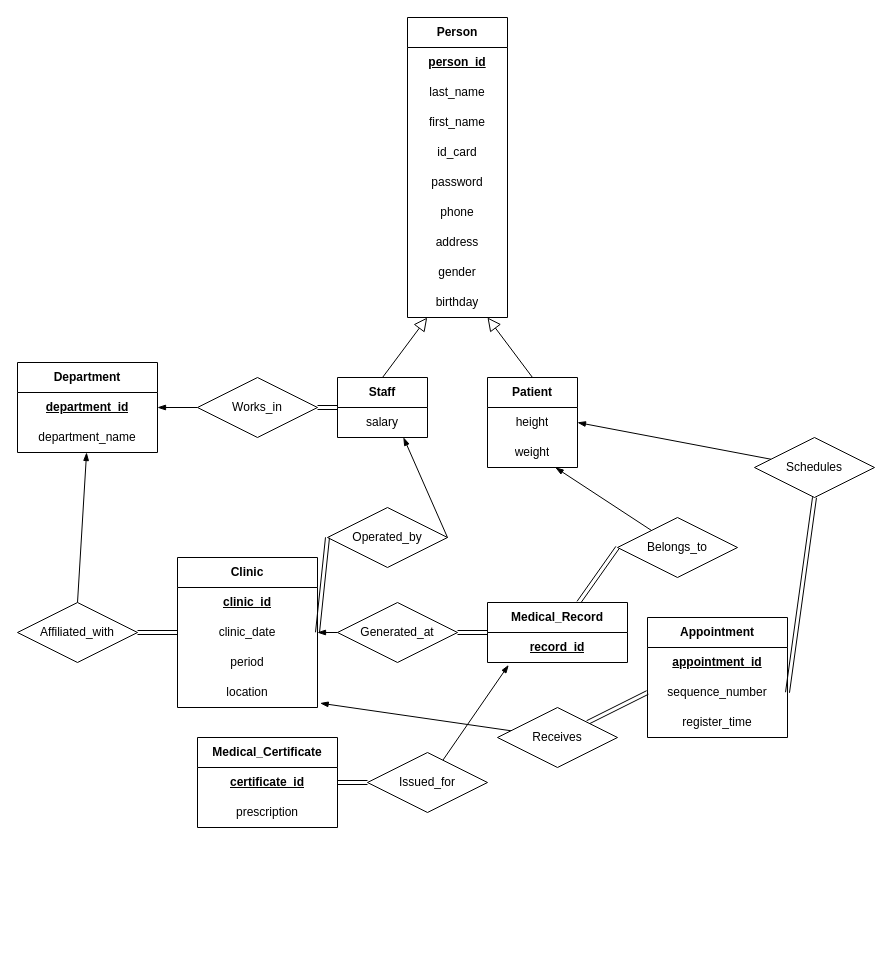
Earlier version of the draw.io diagram 第二次書面報告/ER-diagram.drawio (FSZ560/2024_DB_TermProject_Hospital). Source tidied: cells renumbered, new cells numbered last; positions are measured from the earlier drawing's top-left corner, leaving out a move shared by most shapes. Both pictures are drawn from the tidied source at 100%, with x=0, y=0 at pixel (17, 17).
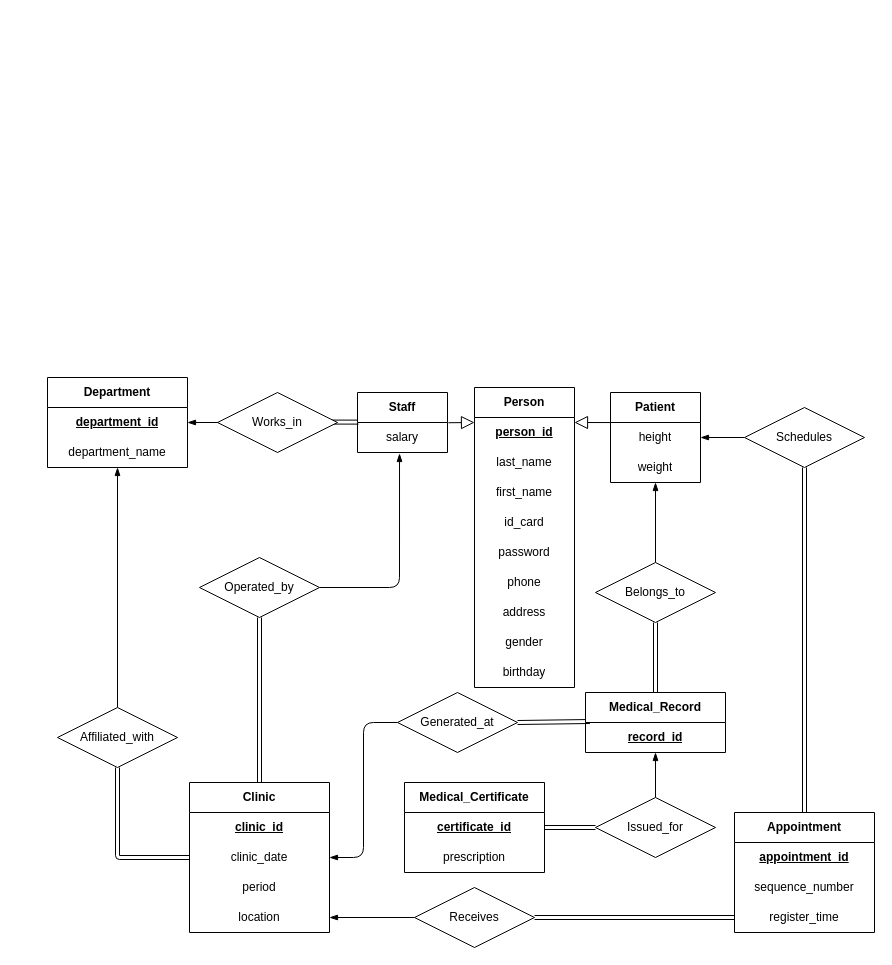
After the change.

The change refers to these unchanged cells:
```xml
<mxCell id="11" value="birthday" style="text;strokeColor=none;fillColor=none;align=center;verticalAlign=middle;spacingLeft=4;spacingRight=4;overflow=hidden;points=[[0,0.5],[1,0.5]];portConstraint=eastwest;whiteSpace=wrap;html=1;" parent="2" vertex="1">
  <mxGeometry y="270" width="100" height="30" as="geometry" />
</mxCell>
<mxCell id="15" value="salary" style="text;strokeColor=none;fillColor=none;align=center;verticalAlign=middle;spacingLeft=4;spacingRight=4;overflow=hidden;points=[[0,0.5],[1,0.5]];portConstraint=eastwest;whiteSpace=wrap;html=1;" parent="14" vertex="1">
  <mxGeometry y="30" width="90" height="30" as="geometry" />
</mxCell>
<mxCell id="18" value="height" style="text;strokeColor=none;fillColor=none;align=center;verticalAlign=middle;spacingLeft=4;spacingRight=4;overflow=hidden;points=[[0,0.5],[1,0.5]];portConstraint=eastwest;whiteSpace=wrap;html=1;" parent="17" vertex="1">
  <mxGeometry y="30" width="90" height="30" as="geometry" />
</mxCell>
<mxCell id="19" value="weight" style="text;strokeColor=none;fillColor=none;align=center;verticalAlign=middle;spacingLeft=4;spacingRight=4;overflow=hidden;points=[[0,0.5],[1,0.5]];portConstraint=eastwest;whiteSpace=wrap;html=1;" parent="17" vertex="1">
  <mxGeometry y="60" width="90" height="30" as="geometry" />
</mxCell>
<mxCell id="21" value="&lt;b&gt;&lt;u&gt;department_id&lt;/u&gt;&lt;/b&gt;" style="text;strokeColor=none;fillColor=none;align=center;verticalAlign=middle;spacingLeft=4;spacingRight=4;overflow=hidden;points=[[0,0.5],[1,0.5]];portConstraint=eastwest;whiteSpace=wrap;html=1;" parent="20" vertex="1">
  <mxGeometry y="30" width="140" height="30" as="geometry" />
</mxCell>
<mxCell id="22" value="department_name" style="text;strokeColor=none;fillColor=none;align=center;verticalAlign=middle;spacingLeft=4;spacingRight=4;overflow=hidden;points=[[0,0.5],[1,0.5]];portConstraint=eastwest;whiteSpace=wrap;html=1;" parent="20" vertex="1">
  <mxGeometry y="60" width="140" height="30" as="geometry" />
</mxCell>
<mxCell id="25" value="sequence_number" style="text;strokeColor=none;fillColor=none;align=center;verticalAlign=middle;spacingLeft=4;spacingRight=4;overflow=hidden;points=[[0,0.5],[1,0.5]];portConstraint=eastwest;whiteSpace=wrap;html=1;" parent="23" vertex="1">
  <mxGeometry y="60" width="140" height="30" as="geometry" />
</mxCell>
<mxCell id="26" value="register_time" style="text;strokeColor=none;fillColor=none;align=center;verticalAlign=middle;spacingLeft=4;spacingRight=4;overflow=hidden;points=[[0,0.5],[1,0.5]];portConstraint=eastwest;whiteSpace=wrap;html=1;" parent="23" vertex="1">
  <mxGeometry y="90" width="140" height="30" as="geometry" />
</mxCell>
<mxCell id="30" value="clinic_date" style="text;strokeColor=none;fillColor=none;align=center;verticalAlign=middle;spacingLeft=4;spacingRight=4;overflow=hidden;points=[[0,0.5],[1,0.5]];portConstraint=eastwest;whiteSpace=wrap;html=1;" parent="28" vertex="1">
  <mxGeometry y="60" width="140" height="30" as="geometry" />
</mxCell>
<mxCell id="32" value="location" style="text;strokeColor=none;fillColor=none;align=center;verticalAlign=middle;spacingLeft=4;spacingRight=4;overflow=hidden;points=[[0,0.5],[1,0.5]];portConstraint=eastwest;whiteSpace=wrap;html=1;" parent="28" vertex="1">
  <mxGeometry y="120" width="140" height="30" as="geometry" />
</mxCell>
<mxCell id="36" value="&lt;b&gt;&lt;u&gt;record_id&lt;/u&gt;&lt;/b&gt;" style="text;strokeColor=none;fillColor=none;align=center;verticalAlign=middle;spacingLeft=4;spacingRight=4;overflow=hidden;points=[[0,0.5],[1,0.5]];portConstraint=eastwest;whiteSpace=wrap;html=1;" parent="35" vertex="1">
  <mxGeometry y="30" width="140" height="30" as="geometry" />
</mxCell>
<mxCell id="38" value="&lt;b&gt;&lt;u&gt;certificate_id&lt;/u&gt;&lt;/b&gt;" style="text;strokeColor=none;fillColor=none;align=center;verticalAlign=middle;spacingLeft=4;spacingRight=4;overflow=hidden;points=[[0,0.5],[1,0.5]];portConstraint=eastwest;whiteSpace=wrap;html=1;" parent="37" vertex="1">
  <mxGeometry y="30" width="140" height="30" as="geometry" />
</mxCell>
```

The edit, as a diff of the source:
```diff
@@
     <mxCell id="2" value="&lt;b&gt;Person&lt;/b&gt;" style="swimlane;fontStyle=0;horizontal=1;startSize=30;whiteSpace=wrap;html=1;" parent="1" vertex="1">
-      <mxGeometry x="390" width="100" height="300" as="geometry" />
+      <mxGeometry x="457" y="370" width="100" height="300" as="geometry" />
     </mxCell>
@@
-    <mxCell id="12" style="edgeStyle=none;html=1;exitX=0.5;exitY=0;exitDx=0;exitDy=0;entryX=0.197;entryY=1.002;entryDx=0;entryDy=0;fontFamily=Helvetica;fontSize=12;endArrow=block;endFill=0;endSize=11;entryPerimeter=0;" parent="1" edge="1" source="14" target="11">
-      <mxGeometry relative="1" as="geometry" />
+    <mxCell id="12" style="edgeStyle=none;html=1;fontFamily=Helvetica;fontSize=12;endArrow=block;endFill=0;endSize=11;exitX=1.01;exitY=0.008;exitDx=0;exitDy=0;exitPerimeter=0;" parent="1" edge="1" source="15">
+      <mxGeometry relative="1" as="geometry">
+        <mxPoint x="457" y="405" as="targetPoint" />
+      </mxGeometry>
     </mxCell>
-    <mxCell id="13" style="edgeStyle=none;html=1;entryX=1;entryY=0.5;entryDx=0;entryDy=0;fontFamily=Helvetica;fontSize=12;endArrow=none;endFill=0;endSize=11;shape=link;" parent="1" edge="1" source="14" target="41">
+    <mxCell id="13" style="edgeStyle=none;html=1;entryX=0.948;entryY=0.493;entryDx=0;entryDy=0;fontFamily=Helvetica;fontSize=12;endArrow=none;endFill=0;endSize=11;shape=link;exitX=0.011;exitY=-0.013;exitDx=0;exitDy=0;exitPerimeter=0;entryPerimeter=0;" parent="1" edge="1" source="15" target="41">
       <mxGeometry relative="1" as="geometry" />
     </mxCell>
     <mxCell id="14" value="&lt;b&gt;Staff&lt;/b&gt;" style="swimlane;fontStyle=0;horizontal=1;startSize=30;whiteSpace=wrap;html=1;" parent="1" vertex="1">
-      <mxGeometry x="320" y="360" width="90" height="60" as="geometry" />
+      <mxGeometry x="340" y="375" width="90" height="60" as="geometry" />
     </mxCell>
@@
-    <mxCell id="16" style="edgeStyle=none;html=1;exitX=0.5;exitY=0;exitDx=0;exitDy=0;entryX=0.8;entryY=1;entryDx=0;entryDy=0;entryPerimeter=0;fontFamily=Helvetica;fontSize=12;endArrow=block;endFill=0;endSize=11;" parent="1" edge="1" source="17" target="11">
-      <mxGeometry relative="1" as="geometry" />
+    <mxCell id="16" style="edgeStyle=none;html=1;exitX=-0.001;exitY=0.002;exitDx=0;exitDy=0;fontFamily=Helvetica;fontSize=12;endArrow=block;endFill=0;endSize=11;exitPerimeter=0;" parent="1" edge="1" source="18">
+      <mxGeometry relative="1" as="geometry">
+        <mxPoint x="557" y="405" as="targetPoint" />
+      </mxGeometry>
     </mxCell>
     <mxCell id="17" value="&lt;b&gt;Patient&lt;/b&gt;" style="swimlane;fontStyle=0;horizontal=1;startSize=30;whiteSpace=wrap;html=1;" parent="1" vertex="1">
-      <mxGeometry x="470" y="360" width="90" height="90" as="geometry" />
+      <mxGeometry x="593" y="375" width="90" height="90" as="geometry" />
     </mxCell>
@@
     <mxCell id="20" value="&lt;b&gt;Department&lt;/b&gt;" style="swimlane;fontStyle=0;horizontal=1;startSize=30;whiteSpace=wrap;html=1;" parent="1" vertex="1">
-      <mxGeometry y="345" width="140" height="90" as="geometry" />
+      <mxGeometry x="30" y="360" width="140" height="90" as="geometry" />
     </mxCell>
@@
     <mxCell id="23" value="&lt;b&gt;Appointment&lt;/b&gt;" style="swimlane;fontStyle=0;horizontal=1;startSize=30;whiteSpace=wrap;html=1;" parent="1" vertex="1">
-      <mxGeometry x="630" y="600" width="140" height="120" as="geometry" />
+      <mxGeometry x="717" y="795" width="140" height="120" as="geometry" />
     </mxCell>
@@
-    <mxCell id="27" style="edgeStyle=none;html=1;entryX=1;entryY=0.5;entryDx=0;entryDy=0;fontFamily=Helvetica;fontSize=12;endArrow=none;endFill=0;shape=link;" parent="1" edge="1" source="28" target="43">
+    <mxCell id="27" style="html=1;entryX=0.5;entryY=1;entryDx=0;entryDy=0;fontFamily=Helvetica;fontSize=12;endArrow=none;endFill=0;shape=link;exitX=0;exitY=0.5;exitDx=0;exitDy=0;edgeStyle=orthogonalEdgeStyle;" parent="1" edge="1" source="30" target="43">
       <mxGeometry relative="1" as="geometry" />
     </mxCell>
     <mxCell id="28" value="&lt;b&gt;Clinic&lt;/b&gt;" style="swimlane;fontStyle=0;horizontal=1;startSize=30;whiteSpace=wrap;html=1;" parent="1" vertex="1">
-      <mxGeometry x="160" y="540" width="140" height="150" as="geometry" />
+      <mxGeometry x="172" y="765" width="140" height="150" as="geometry" />
     </mxCell>
@@
-    <mxCell id="33" style="edgeStyle=none;html=1;entryX=1;entryY=0.5;entryDx=0;entryDy=0;fontFamily=Helvetica;fontSize=12;endArrow=blockThin;endFill=1;shape=link;" parent="1" edge="1" source="35" target="50">
+    <mxCell id="33" style="edgeStyle=none;html=1;entryX=1;entryY=0.5;entryDx=0;entryDy=0;fontFamily=Helvetica;fontSize=12;endArrow=blockThin;endFill=1;shape=link;exitX=0.031;exitY=-0.033;exitDx=0;exitDy=0;exitPerimeter=0;" parent="1" edge="1" source="36" target="50">
       <mxGeometry relative="1" as="geometry" />
     </mxCell>
-    <mxCell id="34" style="edgeStyle=none;shape=link;html=1;entryX=0;entryY=0.5;entryDx=0;entryDy=0;fontFamily=Helvetica;fontSize=12;endArrow=blockThin;endFill=1;" parent="1" edge="1" source="35" target="48">
+    <mxCell id="34" style="edgeStyle=none;shape=link;html=1;entryX=0.5;entryY=1;entryDx=0;entryDy=0;fontFamily=Helvetica;fontSize=12;endArrow=blockThin;endFill=1;" parent="1" edge="1" source="35" target="48">
       <mxGeometry relative="1" as="geometry" />
     </mxCell>
     <mxCell id="35" value="&lt;b&gt;Medical_Record&lt;/b&gt;" style="swimlane;fontStyle=0;horizontal=1;startSize=30;whiteSpace=wrap;html=1;" parent="1" vertex="1">
-      <mxGeometry x="470" y="585" width="140" height="60" as="geometry" />
+      <mxGeometry x="568" y="675" width="140" height="60" as="geometry" />
     </mxCell>
@@
     <mxCell id="37" value="&lt;b&gt;Medical_Certificate&lt;/b&gt;" style="swimlane;fontStyle=0;horizontal=1;startSize=30;whiteSpace=wrap;html=1;" parent="1" vertex="1">
-      <mxGeometry x="180" y="720" width="140" height="90" as="geometry" />
+      <mxGeometry x="387" y="765" width="140" height="90" as="geometry" />
     </mxCell>
@@
-    <mxCell id="40" style="edgeStyle=none;html=1;exitX=0;exitY=0.5;exitDx=0;exitDy=0;entryX=1;entryY=0.5;entryDx=0;entryDy=0;fontFamily=Helvetica;fontSize=12;endArrow=blockThin;endFill=1;" parent="1" edge="1" source="41" target="21">
-      <mxGeometry relative="1" as="geometry" />
+    <mxCell id="40" style="edgeStyle=none;html=1;exitX=0;exitY=0.5;exitDx=0;exitDy=0;entryX=1;entryY=0.5;entryDx=0;entryDy=0;fontFamily=Helvetica;fontSize=12;endArrow=blockThin;endFill=1;" parent="1" edge="1" target="21">
+      <mxGeometry relative="1" as="geometry">
+        <mxPoint x="210" y="405" as="sourcePoint" />
+      </mxGeometry>
     </mxCell>
     <mxCell id="41" value="Works_in" style="shape=rhombus;perimeter=rhombusPerimeter;whiteSpace=wrap;html=1;align=center;fontFamily=Helvetica;fontSize=12;" parent="1" vertex="1">
-      <mxGeometry x="180" y="360" width="120" height="60" as="geometry" />
+      <mxGeometry x="200" y="375" width="120" height="60" as="geometry" />
     </mxCell>
-    <mxCell id="42" style="edgeStyle=none;html=1;exitX=0.5;exitY=0;exitDx=0;exitDy=0;fontFamily=Helvetica;fontSize=12;endArrow=blockThin;endFill=1;" parent="1" edge="1" source="43" target="22">
+    <mxCell id="42" style="html=1;exitX=0.5;exitY=0;exitDx=0;exitDy=0;fontFamily=Helvetica;fontSize=12;endArrow=blockThin;endFill=1;entryX=0.5;entryY=1;entryDx=0;entryDy=0;" parent="1" edge="1" source="43" target="20">
       <mxGeometry relative="1" as="geometry" />
     </mxCell>
     <mxCell id="43" value="&lt;span style=&quot;text-align: left;&quot;&gt;Affiliated_with&lt;/span&gt;" style="shape=rhombus;perimeter=rhombusPerimeter;whiteSpace=wrap;html=1;align=center;fontFamily=Helvetica;fontSize=12;" parent="1" vertex="1">
-      <mxGeometry y="585" width="120" height="60" as="geometry" />
+      <mxGeometry x="40" y="690" width="120" height="60" as="geometry" />
     </mxCell>
-    <mxCell id="44" style="edgeStyle=none;html=1;entryX=0.733;entryY=0.996;entryDx=0;entryDy=0;entryPerimeter=0;fontFamily=Helvetica;fontSize=12;endArrow=blockThin;endFill=1;exitX=1;exitY=0.5;exitDx=0;exitDy=0;" parent="1" edge="1" source="45" target="15">
+    <mxCell id="44" style="edgeStyle=orthogonalEdgeStyle;html=1;fontFamily=Helvetica;fontSize=12;endArrow=blockThin;endFill=1;exitX=1;exitY=0.5;exitDx=0;exitDy=0;entryX=0.467;entryY=1.033;entryDx=0;entryDy=0;entryPerimeter=0;" parent="1" edge="1" source="45" target="15">
       <mxGeometry relative="1" as="geometry" />
     </mxCell>
     <mxCell id="45" value="Operated_by" style="shape=rhombus;perimeter=rhombusPerimeter;whiteSpace=wrap;html=1;align=center;labelBackgroundColor=none;fontFamily=Helvetica;fontSize=12;" parent="1" vertex="1">
-      <mxGeometry x="310" y="490" width="120" height="60" as="geometry" />
+      <mxGeometry x="182" y="540" width="120" height="60" as="geometry" />
     </mxCell>
-    <mxCell id="46" style="edgeStyle=none;shape=link;html=1;entryX=0;entryY=0.5;entryDx=0;entryDy=0;fontFamily=Helvetica;fontSize=12;endArrow=none;endFill=0;exitX=1;exitY=0.5;exitDx=0;exitDy=0;" parent="1" edge="1" source="30" target="45">
+    <mxCell id="46" style="shape=link;html=1;entryX=0.5;entryY=1;entryDx=0;entryDy=0;fontFamily=Helvetica;fontSize=12;endArrow=none;endFill=0;exitX=0.5;exitY=0;exitDx=0;exitDy=0;edgeStyle=orthogonalEdgeStyle;" parent="1" edge="1" source="28" target="45">
       <mxGeometry relative="1" as="geometry" />
     </mxCell>
-    <mxCell id="47" style="edgeStyle=none;html=1;fontFamily=Helvetica;fontSize=12;endArrow=blockThin;endFill=1;" parent="1" edge="1" source="48" target="19">
+    <mxCell id="47" style="edgeStyle=none;html=1;fontFamily=Helvetica;fontSize=12;endArrow=blockThin;endFill=1;exitX=0.5;exitY=0;exitDx=0;exitDy=0;" parent="1" edge="1" source="48" target="19">
       <mxGeometry relative="1" as="geometry" />
     </mxCell>
     <mxCell id="48" value="Belongs_to" style="shape=rhombus;perimeter=rhombusPerimeter;whiteSpace=wrap;html=1;align=center;labelBackgroundColor=none;fontFamily=Helvetica;fontSize=12;" parent="1" vertex="1">
-      <mxGeometry x="600" y="500" width="120" height="60" as="geometry" />
+      <mxGeometry x="578" y="545" width="120" height="60" as="geometry" />
     </mxCell>
-    <mxCell id="49" style="edgeStyle=none;html=1;entryX=1;entryY=0.5;entryDx=0;entryDy=0;fontFamily=Helvetica;fontSize=12;endArrow=blockThin;endFill=1;" parent="1" edge="1" source="50" target="30">
+    <mxCell id="49" style="html=1;entryX=1;entryY=0.5;entryDx=0;entryDy=0;fontFamily=Helvetica;fontSize=12;endArrow=blockThin;endFill=1;exitX=0;exitY=0.5;exitDx=0;exitDy=0;edgeStyle=orthogonalEdgeStyle;" parent="1" edge="1" source="50" target="30">
       <mxGeometry relative="1" as="geometry" />
     </mxCell>
     <mxCell id="50" value="Generated_at" style="shape=rhombus;perimeter=rhombusPerimeter;whiteSpace=wrap;html=1;align=center;labelBackgroundColor=none;fontFamily=Helvetica;fontSize=12;" parent="1" vertex="1">
-      <mxGeometry x="320" y="585" width="120" height="60" as="geometry" />
+      <mxGeometry x="380" y="675" width="120" height="60" as="geometry" />
     </mxCell>
-    <mxCell id="51" style="edgeStyle=none;html=1;entryX=0.151;entryY=1.082;entryDx=0;entryDy=0;entryPerimeter=0;fontFamily=Helvetica;fontSize=12;endArrow=blockThin;endFill=1;" parent="1" edge="1" source="53" target="36">
+    <mxCell id="51" style="edgeStyle=none;html=1;fontFamily=Helvetica;fontSize=12;endArrow=blockThin;endFill=1;" parent="1" edge="1" source="53" target="36">
       <mxGeometry relative="1" as="geometry" />
     </mxCell>
-    <mxCell id="52" style="edgeStyle=none;html=1;exitX=0;exitY=0.5;exitDx=0;exitDy=0;entryX=1;entryY=0.5;entryDx=0;entryDy=0;fontFamily=Helvetica;fontSize=12;endArrow=blockThin;endFill=1;shape=link;" parent="1" edge="1" source="53" target="38">
+    <mxCell id="52" style="edgeStyle=none;html=1;entryX=1;entryY=0.5;entryDx=0;entryDy=0;fontFamily=Helvetica;fontSize=12;endArrow=blockThin;endFill=1;shape=link;exitX=0;exitY=0.5;exitDx=0;exitDy=0;" parent="1" edge="1" source="53" target="38">
       <mxGeometry relative="1" as="geometry" />
     </mxCell>
     <mxCell id="53" value="Issued_for" style="shape=rhombus;perimeter=rhombusPerimeter;whiteSpace=wrap;html=1;align=center;labelBackgroundColor=none;fontFamily=Helvetica;fontSize=12;" parent="1" vertex="1">
-      <mxGeometry x="350" y="735" width="120" height="60" as="geometry" />
+      <mxGeometry x="578" y="780" width="120" height="60" as="geometry" />
     </mxCell>
@@
     <mxCell id="55" value="Schedules" style="shape=rhombus;perimeter=rhombusPerimeter;whiteSpace=wrap;html=1;align=center;labelBackgroundColor=none;fontFamily=Helvetica;fontSize=12;" parent="1" vertex="1">
-      <mxGeometry x="737" y="420" width="120" height="60" as="geometry" />
+      <mxGeometry x="727" y="390" width="120" height="60" as="geometry" />
     </mxCell>
-    <mxCell id="56" style="edgeStyle=none;html=1;entryX=1.019;entryY=0.856;entryDx=0;entryDy=0;entryPerimeter=0;fontFamily=Helvetica;fontSize=12;endArrow=blockThin;endFill=1;" parent="1" edge="1" source="58" target="32">
+    <mxCell id="56" style="edgeStyle=none;html=1;entryX=1;entryY=0.5;entryDx=0;entryDy=0;fontFamily=Helvetica;fontSize=12;endArrow=blockThin;endFill=1;" parent="1" edge="1" source="58" target="32">
       <mxGeometry relative="1" as="geometry" />
     </mxCell>
-    <mxCell id="57" style="edgeStyle=none;shape=link;html=1;entryX=0;entryY=0.5;entryDx=0;entryDy=0;fontFamily=Helvetica;fontSize=12;endArrow=blockThin;endFill=1;" parent="1" edge="1" source="58" target="25">
+    <mxCell id="57" style="edgeStyle=none;shape=link;html=1;entryX=0;entryY=0.5;entryDx=0;entryDy=0;fontFamily=Helvetica;fontSize=12;endArrow=blockThin;endFill=1;" parent="1" edge="1" source="58" target="26">
       <mxGeometry relative="1" as="geometry" />
     </mxCell>
     <mxCell id="58" value="Receives" style="shape=rhombus;perimeter=rhombusPerimeter;whiteSpace=wrap;html=1;align=center;labelBackgroundColor=none;fontFamily=Helvetica;fontSize=12;" parent="1" vertex="1">
-      <mxGeometry x="480" y="690" width="120" height="60" as="geometry" />
+      <mxGeometry x="397" y="870" width="120" height="60" as="geometry" />
     </mxCell>
-    <mxCell id="59" style="edgeStyle=none;html=1;entryX=0.5;entryY=1;entryDx=0;entryDy=0;fontFamily=Helvetica;fontSize=12;endArrow=blockThin;endFill=1;shape=link;exitX=1;exitY=0.5;exitDx=0;exitDy=0;" parent="1" edge="1" source="25" target="55">
+    <mxCell id="59" style="edgeStyle=none;html=1;entryX=0.5;entryY=1;entryDx=0;entryDy=0;fontFamily=Helvetica;fontSize=12;endArrow=blockThin;endFill=1;shape=link;exitX=0.5;exitY=0;exitDx=0;exitDy=0;" parent="1" edge="1" source="23" target="55">
       <mxGeometry relative="1" as="geometry" />
     </mxCell>
```
